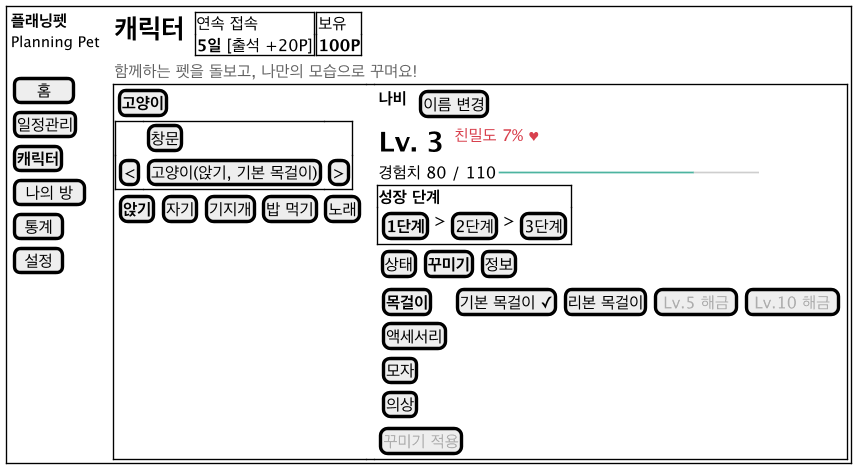
Before: docs/diagrams/ui-character.png, a diagram exported from PlantUML (2026-2-software-system-design-11/planning-pet-app). Its diagram source:
```plantuml
@startsalt ui-character
!include ui-common.iuml
{+
  {
    {
      <b>플래닝펫</b>
      <size:11>Planning Pet</size>
      .
      [  홈  ]
      [일정관리]
      [<b>캐릭터</b>]
      [ 나의 방 ]
      [ 통계 ]
      [ 설정 ]
    } | . |
    {
      { <size:20><b>캐릭터</b></size> | . | {+ 연속 접속
<b>5일</b> [출석 +20P] } | {+ 보유
<b>100P</b> } }
      { <color:#666666>함께하는 펫을 돌보고, 나만의 모습으로 꾸며요!</color> }
      {+
        {
          [<b>고양이</b>]
          {+
            . | [창문] | .
            [<] | [고양이(앉기, 기본 목걸이)] | [>]
          }
          { [<b>앉기</b>] | [자기] | [기지개] | [밥 먹기] | [노래] }
        } | . | {
          { <b>나비</b> | . | [이름 변경] }
          { <size:20><b>Lv. 3</b></size> | . | <color:#D8414E>친밀도 7% ♥</color> }
          { 경험치 80 / 110 | <color:#4DB4A0>━━━━━━━━━━━━</color><color:#CCCCCC>━━━━</color> }
          {+ <b>성장 단계</b>
            { [<b>1단계</b>] | > | [2단계] | > | [3단계] } }
          { [상태] | [<b>꾸미기</b>] | [정보] }
          {
            {
              [<b>목걸이</b>]
              [액세서리]
              [모자]
              [의상]
            } | { [기본 목걸이 ✓] | [리본 목걸이] | [<color:#AAAAAA>Lv.5 해금</color>] | [<color:#AAAAAA>Lv.10 해금</color>] }
          }
          [<color:#AAAAAA>꾸미기 적용</color>]
        }
      }
    }
  }
}
@endsalt
```
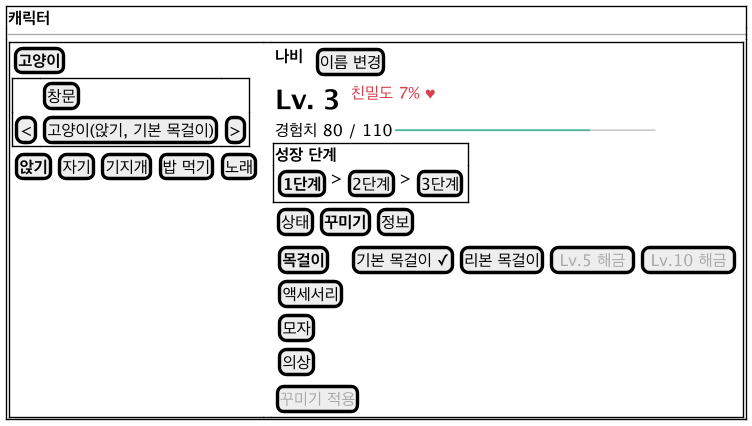
Later version of the same file.

What changed in the source:
```diff
@@ -1,48 +1,33 @@
 @startsalt ui-character
 !include ui-common.iuml
 {+
+  <b>캐릭터</b>
+  --
   {
-    {
-      <b>플래닝펫</b>
-      <size:11>Planning Pet</size>
-      .
-      [  홈  ]
-      [일정관리]
-      [<b>캐릭터</b>]
-      [ 나의 방 ]
-      [ 통계 ]
-      [ 설정 ]
-    } | . |
-    {
-      { <size:20><b>캐릭터</b></size> | . | {+ 연속 접속
-<b>5일</b> [출석 +20P] } | {+ 보유
-<b>100P</b> } }
-      { <color:#666666>함께하는 펫을 돌보고, 나만의 모습으로 꾸며요!</color> }
-      {+
+    {+
+      {
+        [<b>고양이</b>]
+        {+
+          . | [창문] | .
+          [<] | [고양이(앉기, 기본 목걸이)] | [>]
+        }
+        { [<b>앉기</b>] | [자기] | [기지개] | [밥 먹기] | [노래] }
+      } | . | {
+        { <b>나비</b> | . | [이름 변경] }
+        { <size:20><b>Lv. 3</b></size> | . | <color:#D8414E>친밀도 7% ♥</color> }
+        { 경험치 80 / 110 | <color:#4DB4A0>━━━━━━━━━━━━</color><color:#CCCCCC>━━━━</color> }
+        {+ <b>성장 단계</b>
+          { [<b>1단계</b>] | > | [2단계] | > | [3단계] } }
+        { [상태] | [<b>꾸미기</b>] | [정보] }
         {
-          [<b>고양이</b>]
-          {+
-            . | [창문] | .
-            [<] | [고양이(앉기, 기본 목걸이)] | [>]
-          }
-          { [<b>앉기</b>] | [자기] | [기지개] | [밥 먹기] | [노래] }
-        } | . | {
-          { <b>나비</b> | . | [이름 변경] }
-          { <size:20><b>Lv. 3</b></size> | . | <color:#D8414E>친밀도 7% ♥</color> }
-          { 경험치 80 / 110 | <color:#4DB4A0>━━━━━━━━━━━━</color><color:#CCCCCC>━━━━</color> }
-          {+ <b>성장 단계</b>
-            { [<b>1단계</b>] | > | [2단계] | > | [3단계] } }
-          { [상태] | [<b>꾸미기</b>] | [정보] }
           {
-            {
-              [<b>목걸이</b>]
-              [액세서리]
-              [모자]
-              [의상]
-            } | { [기본 목걸이 ✓] | [리본 목걸이] | [<color:#AAAAAA>Lv.5 해금</color>] | [<color:#AAAAAA>Lv.10 해금</color>] }
-          }
-          [<color:#AAAAAA>꾸미기 적용</color>]
+            [<b>목걸이</b>]
+            [액세서리]
+            [모자]
+            [의상]
+          } | { [기본 목걸이 ✓] | [리본 목걸이] | [<color:#AAAAAA>Lv.5 해금</color>] | [<color:#AAAAAA>Lv.10 해금</color>] }
         }
+        [<color:#AAAAAA>꾸미기 적용</color>]
       }
     }
   }
```
